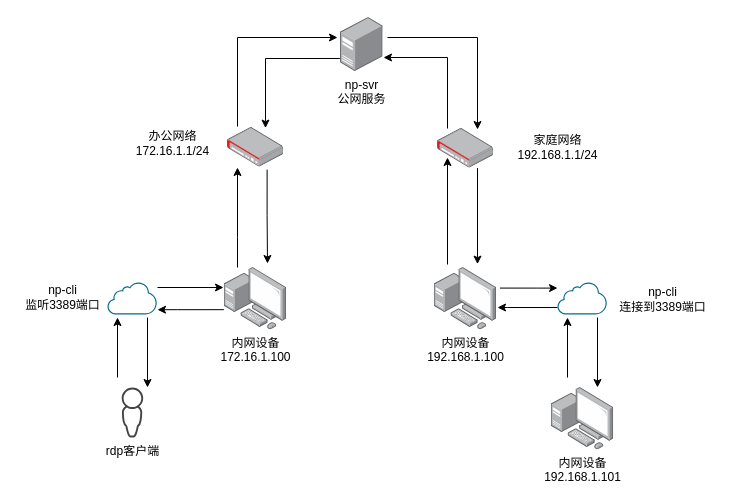
Above: docs/example.drawio in lwch/natpass (draw.io), before the change. Source tidied: cells renumbered, new cells numbered last; positions are measured from the earlier drawing's top-left corner, leaving out a move shared by most shapes. Both pictures are drawn from the tidied source at 100%, with x=0, y=0 at pixel (17, 17).
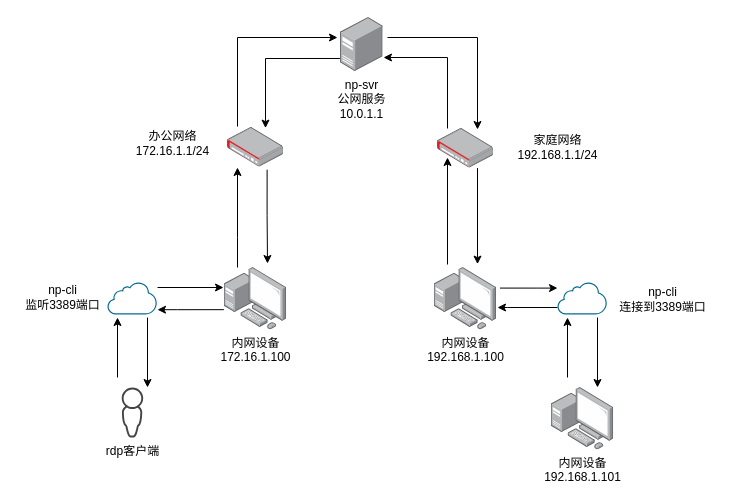
The same page after the edit.

The edit, as a diff of the source:
```diff
@@
-    <mxCell id="13" value="np-svr&lt;br&gt;公网服务" style="points=[];html=1;align=center;shadow=0;dashed=0;image;image=img/lib/allied_telesis/computer_and_terminals/Server_Desktop.svg;" parent="1" vertex="1">
+    <mxCell id="13" value="np-svr&lt;br&gt;公网服务&lt;br&gt;10.0.1.1" style="points=[];html=1;align=center;shadow=0;dashed=0;image;image=img/lib/allied_telesis/computer_and_terminals/Server_Desktop.svg;" parent="1" vertex="1">
       <mxGeometry x="323" width="42.6" height="54" as="geometry" />
     </mxCell>
```
